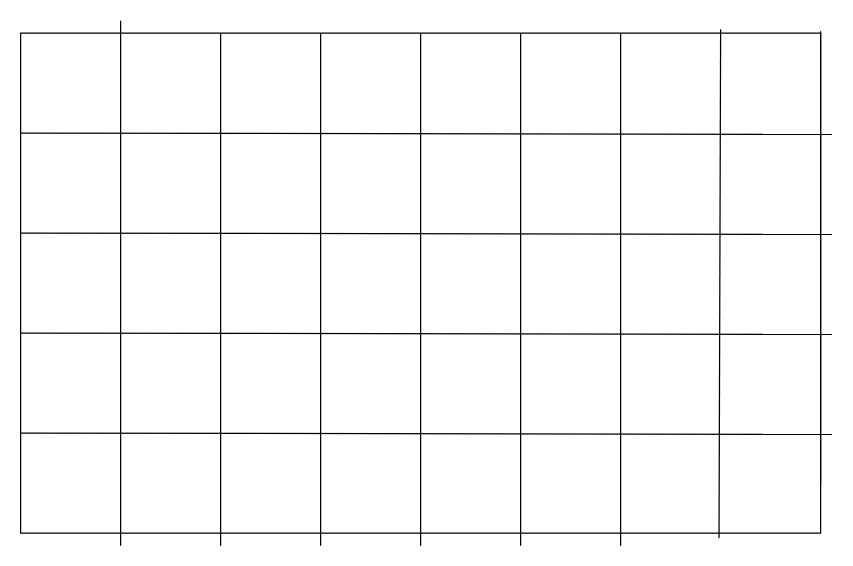
Earlier version of the draw.io diagram Cieplownictwo.drawio (Xeraoo/Diagrams_for_studying). Source tidied: cells renumbered, new cells numbered last; positions are measured from the earlier drawing's top-left corner, leaving out a move shared by most shapes. Both pictures are drawn from the tidied source at 125%, with x=0, y=0 at pixel (20, 20).
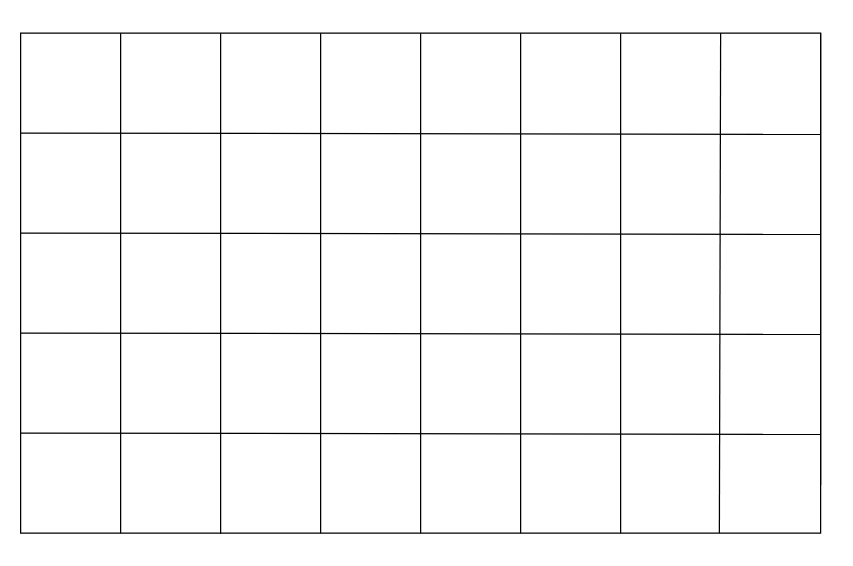
Above is the later version.

Unchanged cells that the change refers to:
```xml
<mxCell id="2" style="rounded=0;whiteSpace=wrap;html=1;" parent="1" vertex="1">
  <mxGeometry y="10" width="640" height="400" as="geometry" />
</mxCell>
```

The edit, as a diff of the source:
```diff
@@
     <mxCell id="3" style="endArrow=none;html=1;rounded=0;" parent="1" edge="1">
       <mxGeometry relative="1" as="geometry">
-        <mxPoint x="80" y="420" as="sourcePoint" />
-        <mxPoint x="80" as="targetPoint" />
+        <mxPoint x="80" y="410" as="sourcePoint" />
+        <mxPoint x="80" y="10" as="targetPoint" />
       </mxGeometry>
     </mxCell>
-    <mxCell id="4" style="endArrow=none;html=1;rounded=0;entryX=0.101;entryY=-0.008;entryDx=0;entryDy=0;entryPerimeter=0;" parent="1" edge="1">
+    <mxCell id="4" style="endArrow=none;html=1;rounded=0;entryX=0.101;entryY=-0.008;entryDx=0;entryDy=0;entryPerimeter=0;exitX=0.25;exitY=1.001;exitDx=0;exitDy=0;exitPerimeter=0;" parent="1" edge="1" source="2">
       <mxGeometry relative="1" as="geometry">
-        <mxPoint x="160" y="420" as="sourcePoint" />
         <mxPoint x="160" y="10" as="targetPoint" />
       </mxGeometry>
     </mxCell>
-    <mxCell id="5" style="endArrow=none;html=1;rounded=0;entryX=0.101;entryY=-0.008;entryDx=0;entryDy=0;entryPerimeter=0;" parent="1" edge="1">
+    <mxCell id="5" style="endArrow=none;html=1;rounded=0;entryX=0.101;entryY=-0.008;entryDx=0;entryDy=0;entryPerimeter=0;exitX=0.375;exitY=1;exitDx=0;exitDy=0;exitPerimeter=0;" parent="1" edge="1" source="2">
       <mxGeometry relative="1" as="geometry">
-        <mxPoint x="240" y="420" as="sourcePoint" />
         <mxPoint x="240" y="10" as="targetPoint" />
       </mxGeometry>
     </mxCell>
     <mxCell id="6" style="endArrow=none;html=1;rounded=0;entryX=0.101;entryY=-0.008;entryDx=0;entryDy=0;entryPerimeter=0;" parent="1" edge="1">
       <mxGeometry relative="1" as="geometry">
-        <mxPoint x="320" y="420" as="sourcePoint" />
+        <mxPoint x="320" y="410" as="sourcePoint" />
         <mxPoint x="320" y="10" as="targetPoint" />
       </mxGeometry>
     </mxCell>
     <mxCell id="7" style="endArrow=none;html=1;rounded=0;entryX=0.101;entryY=-0.008;entryDx=0;entryDy=0;entryPerimeter=0;" parent="1" edge="1">
       <mxGeometry relative="1" as="geometry">
-        <mxPoint x="400" y="420" as="sourcePoint" />
+        <mxPoint x="400" y="410" as="sourcePoint" />
         <mxPoint x="400" y="10" as="targetPoint" />
       </mxGeometry>
     </mxCell>
     <mxCell id="8" style="endArrow=none;html=1;rounded=0;entryX=0.101;entryY=-0.008;entryDx=0;entryDy=0;entryPerimeter=0;" parent="1" edge="1">
       <mxGeometry relative="1" as="geometry">
-        <mxPoint x="480" y="420" as="sourcePoint" />
+        <mxPoint x="480" y="410" as="sourcePoint" />
         <mxPoint x="480" y="10" as="targetPoint" />
       </mxGeometry>
     </mxCell>
-    <mxCell id="9" style="endArrow=none;html=1;rounded=0;entryX=0.101;entryY=-0.008;entryDx=0;entryDy=0;entryPerimeter=0;exitX=0.873;exitY=1.01;exitDx=0;exitDy=0;exitPerimeter=0;" parent="1" edge="1" source="2">
+    <mxCell id="9" style="endArrow=none;html=1;rounded=0;entryX=0.875;entryY=0;entryDx=0;entryDy=0;entryPerimeter=0;" parent="1" edge="1" target="2">
       <mxGeometry relative="1" as="geometry">
-        <mxPoint x="560" y="7" as="targetPoint" />
+        <mxPoint x="559" y="410" as="sourcePoint" />
       </mxGeometry>
     </mxCell>
-    <mxCell id="10" style="endArrow=none;html=1;rounded=0;entryX=0.101;entryY=-0.008;entryDx=0;entryDy=0;entryPerimeter=0;" parent="1" edge="1">
+    <mxCell id="10" style="endArrow=none;html=1;rounded=0;" parent="1" edge="1">
       <mxGeometry relative="1" as="geometry">
         <mxPoint x="640" y="371.5" as="sourcePoint" />
-        <mxPoint x="640" y="8.5" as="targetPoint" />
+        <mxPoint x="640" y="10" as="targetPoint" />
       </mxGeometry>
     </mxCell>
     <mxCell id="11" style="endArrow=none;html=1;rounded=0;exitX=-0.003;exitY=0.775;exitDx=0;exitDy=0;exitPerimeter=0;" parent="1" edge="1">
       <mxGeometry relative="1" as="geometry">
         <mxPoint y="250" as="sourcePoint" />
-        <mxPoint x="649" y="251" as="targetPoint" />
+        <mxPoint x="640" y="251" as="targetPoint" />
       </mxGeometry>
     </mxCell>
-    <mxCell id="12" style="endArrow=none;html=1;rounded=0;exitX=-0.003;exitY=0.775;exitDx=0;exitDy=0;exitPerimeter=0;entryX=1.011;entryY=0.778;entryDx=0;entryDy=0;entryPerimeter=0;" parent="1" edge="1">
+    <mxCell id="12" style="endArrow=none;html=1;rounded=0;exitX=-0.003;exitY=0.775;exitDx=0;exitDy=0;exitPerimeter=0;" parent="1" edge="1">
       <mxGeometry relative="1" as="geometry">
         <mxPoint y="170" as="sourcePoint" />
-        <mxPoint x="649" y="171" as="targetPoint" />
+        <mxPoint x="640" y="171" as="targetPoint" />
       </mxGeometry>
     </mxCell>
-    <mxCell id="13" style="endArrow=none;html=1;rounded=0;exitX=-0.003;exitY=0.775;exitDx=0;exitDy=0;exitPerimeter=0;entryX=1.011;entryY=0.778;entryDx=0;entryDy=0;entryPerimeter=0;" parent="1" edge="1">
+    <mxCell id="13" style="endArrow=none;html=1;rounded=0;exitX=-0.003;exitY=0.775;exitDx=0;exitDy=0;exitPerimeter=0;" parent="1" edge="1">
       <mxGeometry relative="1" as="geometry">
         <mxPoint y="90" as="sourcePoint" />
-        <mxPoint x="649" y="91" as="targetPoint" />
+        <mxPoint x="640" y="91" as="targetPoint" />
       </mxGeometry>
     </mxCell>
-    <mxCell id="14" style="endArrow=none;html=1;rounded=0;exitX=-0.003;exitY=0.775;exitDx=0;exitDy=0;exitPerimeter=0;entryX=1.011;entryY=0.778;entryDx=0;entryDy=0;entryPerimeter=0;" parent="1" edge="1">
+    <mxCell id="14" style="endArrow=none;html=1;rounded=0;exitX=-0.003;exitY=0.775;exitDx=0;exitDy=0;exitPerimeter=0;" parent="1" edge="1">
       <mxGeometry relative="1" as="geometry">
         <mxPoint y="330" as="sourcePoint" />
-        <mxPoint x="649" y="331" as="targetPoint" />
+        <mxPoint x="640" y="331" as="targetPoint" />
       </mxGeometry>
     </mxCell>
```
